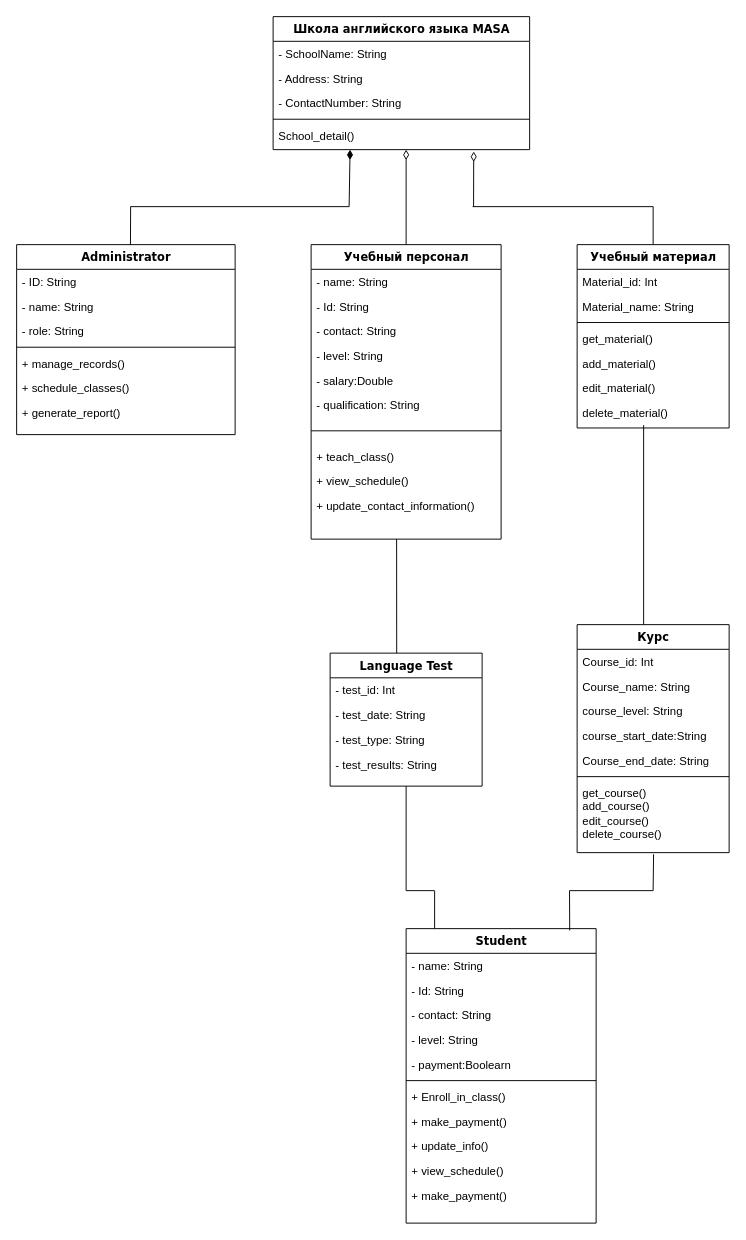
Above: Masa_academy_diagram_class.drawio in mati-tech/draw.io (draw.io), before the change. Source tidied: cells renumbered, new cells numbered last; positions are measured from the earlier drawing's top-left corner, leaving out a move shared by most shapes. Both pictures are drawn from the tidied source at 95%, with x=0, y=0 at pixel (16, 16).
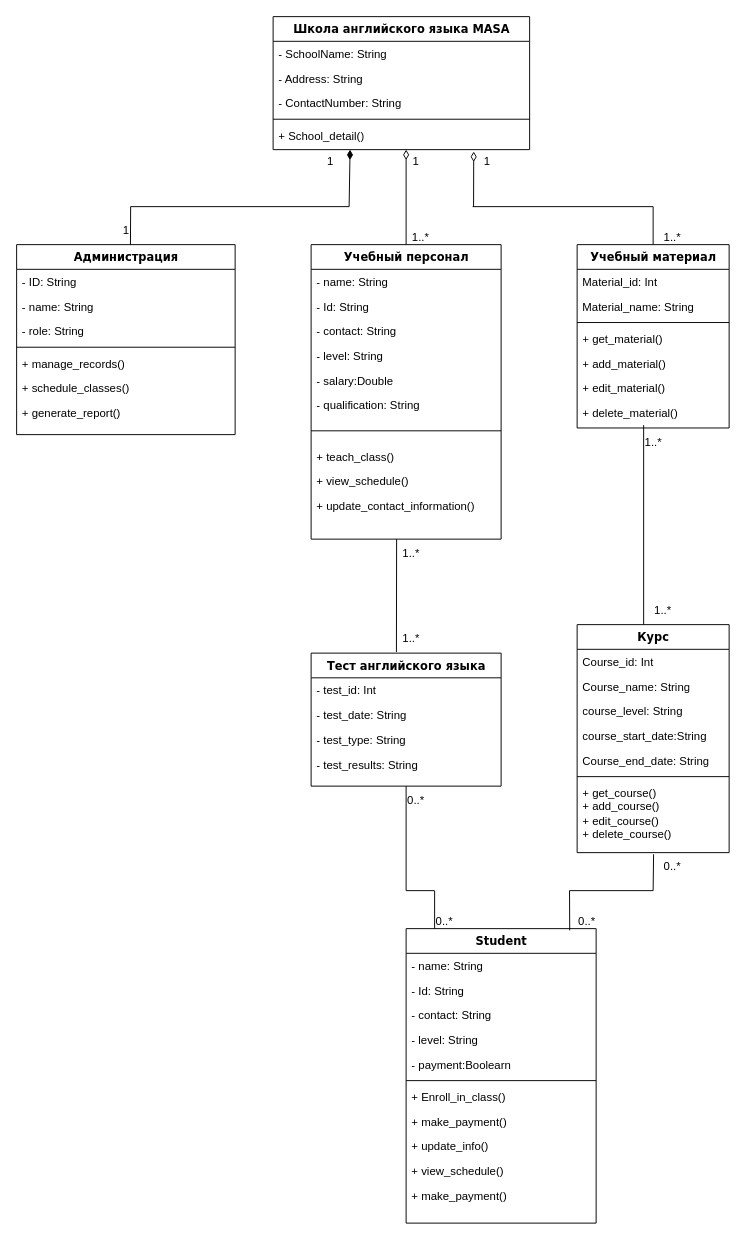
Above is the later version.

The change refers to these unchanged cells:
```xml
<mxCell id="39" value="Учебный материал" style="swimlane;html=1;fontStyle=1;align=center;verticalAlign=top;horizontal=1;startSize=26;swimlaneFillColor=#ffffff;rounded=0;shadow=0;comic=0;labelBackgroundColor=none;strokeWidth=1;fillColor=none;fontFamily=Verdana;fontSize=12;" parent="1" vertex="1">
  <mxGeometry x="590" y="240" width="160" height="193" as="geometry" />
</mxCell>
<mxCell id="47" value="Школа английского языка MASA" style="swimlane;html=1;fontStyle=1;align=center;verticalAlign=top;horizontal=1;startSize=26;swimlaneFillColor=#ffffff;rounded=0;shadow=0;comic=0;labelBackgroundColor=none;strokeWidth=1;fillColor=none;fontFamily=Verdana;fontSize=12;" parent="1" vertex="1">
  <mxGeometry x="270" width="270" height="140" as="geometry" />
</mxCell>
<mxCell id="53" value="Курс" style="swimlane;html=1;fontStyle=1;align=center;verticalAlign=top;horizontal=1;startSize=26;swimlaneFillColor=#ffffff;rounded=0;shadow=0;comic=0;labelBackgroundColor=none;strokeWidth=1;fillColor=none;fontFamily=Verdana;fontSize=12;" parent="1" vertex="1">
  <mxGeometry x="590" y="640" width="160" height="240" as="geometry" />
</mxCell>
```

Change to the diagram source:
```diff
@@
-    <mxCell id="14" value="Administrator" style="swimlane;html=1;fontStyle=1;align=center;verticalAlign=top;horizontal=1;startSize=26;swimlaneFillColor=#ffffff;rounded=0;shadow=0;comic=0;labelBackgroundColor=none;strokeWidth=1;fillColor=none;fontFamily=Verdana;fontSize=12;" parent="1" vertex="1">
+    <mxCell id="14" value="Администрация" style="swimlane;html=1;fontStyle=1;align=center;verticalAlign=top;horizontal=1;startSize=26;swimlaneFillColor=#ffffff;rounded=0;shadow=0;comic=0;labelBackgroundColor=none;strokeWidth=1;fillColor=none;fontFamily=Verdana;fontSize=12;" parent="1" vertex="1">
       <mxGeometry y="240" width="230" height="200" as="geometry" />
     </mxCell>
@@
-    <mxCell id="22" value="Language Test" style="swimlane;html=1;fontStyle=1;align=center;verticalAlign=top;horizontal=1;startSize=26;swimlaneFillColor=#ffffff;rounded=0;shadow=0;comic=0;labelBackgroundColor=none;strokeWidth=1;fillColor=none;fontFamily=Verdana;fontSize=12;" parent="1" vertex="1">
-      <mxGeometry x="330" y="670" width="160" height="140" as="geometry" />
+    <mxCell id="22" value="Тест английского языка" style="swimlane;html=1;fontStyle=1;align=center;verticalAlign=top;horizontal=1;startSize=26;swimlaneFillColor=#ffffff;rounded=0;shadow=0;comic=0;labelBackgroundColor=none;strokeWidth=1;fillColor=none;fontFamily=Verdana;fontSize=12;" parent="1" vertex="1">
+      <mxGeometry x="310" y="670" width="200" height="140" as="geometry" />
     </mxCell>
     <mxCell id="23" value="- test_id: Int" style="text;html=1;strokeColor=none;fillColor=none;align=left;verticalAlign=top;spacingLeft=4;spacingRight=4;whiteSpace=wrap;overflow=hidden;" parent="22" vertex="1">
-      <mxGeometry y="26" width="160" height="26" as="geometry" />
+      <mxGeometry y="26" width="200" height="26" as="geometry" />
     </mxCell>
     <mxCell id="24" value="- test_date: String" style="text;html=1;strokeColor=none;fillColor=none;align=left;verticalAlign=top;spacingLeft=4;spacingRight=4;whiteSpace=wrap;overflow=hidden;" parent="22" vertex="1">
-      <mxGeometry y="52" width="160" height="26" as="geometry" />
+      <mxGeometry y="52" width="200" height="26" as="geometry" />
     </mxCell>
     <mxCell id="25" value="- test_type: String" style="text;html=1;strokeColor=none;fillColor=none;align=left;verticalAlign=top;spacingLeft=4;spacingRight=4;whiteSpace=wrap;overflow=hidden;" parent="22" vertex="1">
-      <mxGeometry y="78" width="160" height="26" as="geometry" />
+      <mxGeometry y="78" width="200" height="26" as="geometry" />
     </mxCell>
     <mxCell id="26" value="- test_results: String&amp;nbsp;" style="text;html=1;strokeColor=none;fillColor=none;align=left;verticalAlign=top;spacingLeft=4;spacingRight=4;whiteSpace=wrap;overflow=hidden;" parent="22" vertex="1">
-      <mxGeometry y="104" width="160" height="26" as="geometry" />
+      <mxGeometry y="104" width="200" height="26" as="geometry" />
     </mxCell>
     <mxCell id="27" style="line;html=1;strokeWidth=1;fillColor=none;align=left;verticalAlign=middle;spacingTop=-1;spacingLeft=3;spacingRight=3;labelPosition=right;" parent="22" vertex="1">
-      <mxGeometry y="130" width="160" as="geometry" />
+      <mxGeometry y="130" width="200" as="geometry" />
     </mxCell>
@@
-    <mxCell id="43" value="get_material()" style="text;html=1;strokeColor=none;fillColor=none;align=left;verticalAlign=top;spacingLeft=4;spacingRight=4;whiteSpace=wrap;overflow=hidden;" parent="39" vertex="1">
+    <mxCell id="43" value="+ get_material()" style="text;html=1;strokeColor=none;fillColor=none;align=left;verticalAlign=top;spacingLeft=4;spacingRight=4;whiteSpace=wrap;overflow=hidden;" parent="39" vertex="1">
       <mxGeometry y="86" width="160" height="26" as="geometry" />
     </mxCell>
-    <mxCell id="44" value="add_material()" style="text;html=1;strokeColor=none;fillColor=none;align=left;verticalAlign=top;spacingLeft=4;spacingRight=4;whiteSpace=wrap;overflow=hidden;" parent="39" vertex="1">
+    <mxCell id="44" value="+ add_material()" style="text;html=1;strokeColor=none;fillColor=none;align=left;verticalAlign=top;spacingLeft=4;spacingRight=4;whiteSpace=wrap;overflow=hidden;" parent="39" vertex="1">
       <mxGeometry y="112" width="160" height="26" as="geometry" />
     </mxCell>
-    <mxCell id="45" value="edit_material()" style="text;html=1;strokeColor=none;fillColor=none;align=left;verticalAlign=top;spacingLeft=4;spacingRight=4;whiteSpace=wrap;overflow=hidden;" parent="39" vertex="1">
+    <mxCell id="45" value="+ edit_material()" style="text;html=1;strokeColor=none;fillColor=none;align=left;verticalAlign=top;spacingLeft=4;spacingRight=4;whiteSpace=wrap;overflow=hidden;" parent="39" vertex="1">
       <mxGeometry y="138" width="160" height="26" as="geometry" />
     </mxCell>
-    <mxCell id="46" value="delete_material()" style="text;html=1;strokeColor=none;fillColor=none;align=left;verticalAlign=top;spacingLeft=4;spacingRight=4;whiteSpace=wrap;overflow=hidden;" parent="39" vertex="1">
+    <mxCell id="46" value="+ delete_material()" style="text;html=1;strokeColor=none;fillColor=none;align=left;verticalAlign=top;spacingLeft=4;spacingRight=4;whiteSpace=wrap;overflow=hidden;" parent="39" vertex="1">
       <mxGeometry y="164" width="160" height="26" as="geometry" />
     </mxCell>
@@
-    <mxCell id="52" value="School_detail()" style="text;html=1;strokeColor=none;fillColor=none;align=left;verticalAlign=top;spacingLeft=4;spacingRight=4;whiteSpace=wrap;overflow=hidden;points=[[0,0.5],[1,0.5]];portConstraint=eastwest;" parent="47" vertex="1">
+    <mxCell id="52" value="+ School_detail()" style="text;html=1;strokeColor=none;fillColor=none;align=left;verticalAlign=top;spacingLeft=4;spacingRight=4;whiteSpace=wrap;overflow=hidden;points=[[0,0.5],[1,0.5]];portConstraint=eastwest;" parent="47" vertex="1">
       <mxGeometry y="112" width="270" height="26" as="geometry" />
     </mxCell>
@@
-    <mxCell id="60" value="get_course()&lt;div&gt;add_course()&lt;/div&gt;&lt;div&gt;edit_course()&lt;/div&gt;&lt;div&gt;delete_course()&amp;nbsp;&lt;/div&gt;&lt;div&gt;&lt;br&gt;&lt;/div&gt;" style="text;html=1;strokeColor=none;fillColor=none;align=left;verticalAlign=top;spacingLeft=4;spacingRight=4;whiteSpace=wrap;overflow=hidden;points=[[0,0.5],[1,0.5]];portConstraint=eastwest;" parent="53" vertex="1">
+    <mxCell id="60" value="+ get_course()&lt;div&gt;+ add_course()&lt;/div&gt;&lt;div&gt;+ edit_course()&lt;/div&gt;&lt;div&gt;+ delete_course()&amp;nbsp;&lt;/div&gt;&lt;div&gt;&lt;br&gt;&lt;/div&gt;" style="text;html=1;strokeColor=none;fillColor=none;align=left;verticalAlign=top;spacingLeft=4;spacingRight=4;whiteSpace=wrap;overflow=hidden;points=[[0,0.5],[1,0.5]];portConstraint=eastwest;" parent="53" vertex="1">
       <mxGeometry y="164" width="160" height="76" as="geometry" />
     </mxCell>
@@
-    <mxCell id="72" style="endArrow=none;html=1;rounded=0;exitX=0.438;exitY=0;exitDx=0;exitDy=0;exitPerimeter=0;" parent="1" edge="1" source="22">
+    <mxCell id="72" style="endArrow=none;html=1;rounded=0;exitX=0.449;exitY=-0.008;exitDx=0;exitDy=0;exitPerimeter=0;" parent="1" edge="1" source="22">
       <mxGeometry relative="1" as="geometry">
         <mxPoint x="400" y="550" as="targetPoint" />
       </mxGeometry>
     </mxCell>
+    <mxCell id="73" value="1" style="text;html=1;align=center;verticalAlign=middle;strokeColor=none;fillColor=none;" parent="1" vertex="1">
+      <mxGeometry x="100" y="210" width="30" height="30" as="geometry" />
+    </mxCell>
+    <mxCell id="74" value="1" style="text;html=1;align=center;verticalAlign=middle;strokeColor=none;fillColor=none;" parent="1" vertex="1">
+      <mxGeometry x="315" y="138" width="30" height="30" as="geometry" />
+    </mxCell>
+    <mxCell id="75" value="0..*" style="text;html=1;align=center;verticalAlign=middle;strokeColor=none;fillColor=none;" parent="1" vertex="1">
+      <mxGeometry x="580" y="938" width="40" height="30" as="geometry" />
+    </mxCell>
+    <mxCell id="76" value="0..*" style="text;html=1;align=center;verticalAlign=middle;strokeColor=none;fillColor=none;" parent="1" vertex="1">
+      <mxGeometry x="670" y="880" width="40" height="30" as="geometry" />
+    </mxCell>
+    <mxCell id="77" value="0..*" style="text;html=1;align=center;verticalAlign=middle;strokeColor=none;fillColor=none;" parent="1" vertex="1">
+      <mxGeometry x="430" y="938" width="40" height="30" as="geometry" />
+    </mxCell>
+    <mxCell id="78" value="0..*" style="text;html=1;align=center;verticalAlign=middle;strokeColor=none;fillColor=none;" parent="1" vertex="1">
+      <mxGeometry x="400" y="810" width="40" height="30" as="geometry" />
+    </mxCell>
+    <mxCell id="79" value="1" style="text;html=1;align=center;verticalAlign=middle;strokeColor=none;fillColor=none;" parent="1" vertex="1">
+      <mxGeometry x="405" y="138" width="30" height="30" as="geometry" />
+    </mxCell>
+    <mxCell id="80" value="1..*" style="text;html=1;align=center;verticalAlign=middle;strokeColor=none;fillColor=none;" parent="1" vertex="1">
+      <mxGeometry x="405" y="218" width="40" height="30" as="geometry" />
+    </mxCell>
+    <mxCell id="81" value="1" style="text;html=1;align=center;verticalAlign=middle;strokeColor=none;fillColor=none;" parent="1" vertex="1">
+      <mxGeometry x="480" y="138" width="30" height="30" as="geometry" />
+    </mxCell>
+    <mxCell id="82" value="1..*" style="text;html=1;align=center;verticalAlign=middle;strokeColor=none;fillColor=none;" parent="1" vertex="1">
+      <mxGeometry x="670" y="218" width="40" height="30" as="geometry" />
+    </mxCell>
+    <mxCell id="83" value="1..*" style="text;html=1;align=center;verticalAlign=middle;strokeColor=none;fillColor=none;" parent="1" vertex="1">
+      <mxGeometry x="650" y="433" width="40" height="30" as="geometry" />
+    </mxCell>
+    <mxCell id="84" value="1..*" style="text;html=1;align=center;verticalAlign=middle;strokeColor=none;fillColor=none;" parent="1" vertex="1">
+      <mxGeometry x="660" y="610" width="40" height="30" as="geometry" />
+    </mxCell>
+    <mxCell id="85" value="1..*" style="text;html=1;align=center;verticalAlign=middle;strokeColor=none;fillColor=none;" parent="1" vertex="1">
+      <mxGeometry x="395" y="550" width="40" height="30" as="geometry" />
+    </mxCell>
+    <mxCell id="86" value="1..*" style="text;html=1;align=center;verticalAlign=middle;strokeColor=none;fillColor=none;" parent="1" vertex="1">
+      <mxGeometry x="395" y="640" width="40" height="30" as="geometry" />
+    </mxCell>
```
